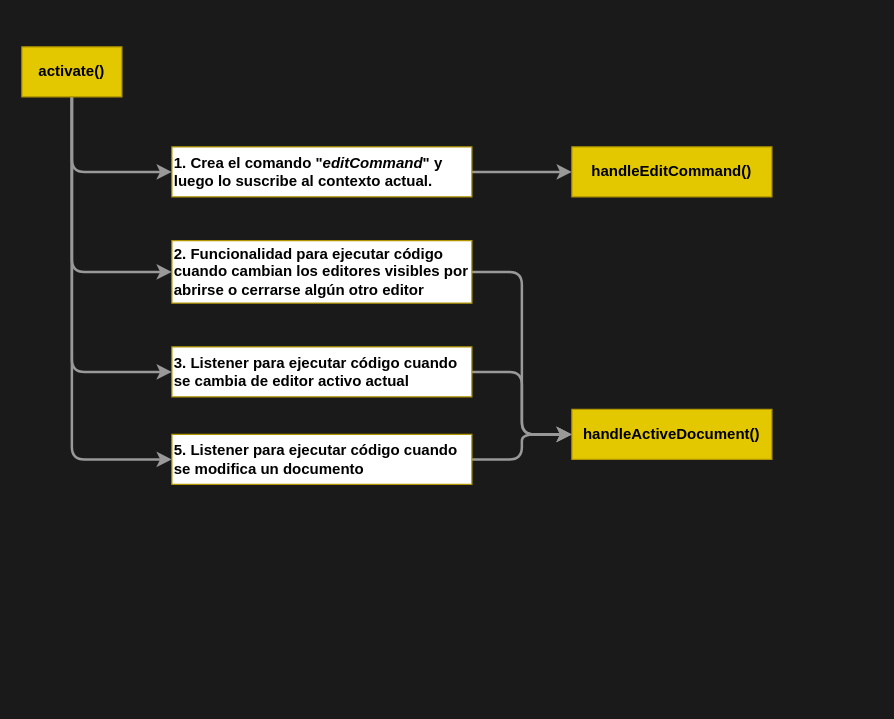
Before: page "activate()" (1 of 2) of logic.drawio in lordexe22/color-suit-comments, a draw.io diagram. Source tidied: cells renumbered, new cells numbered last; positions are measured from the earlier drawing's top-left corner, leaving out a move shared by most shapes. Both pictures are drawn from the tidied source at 125%, with x=0, y=0 at pixel (21, 46).
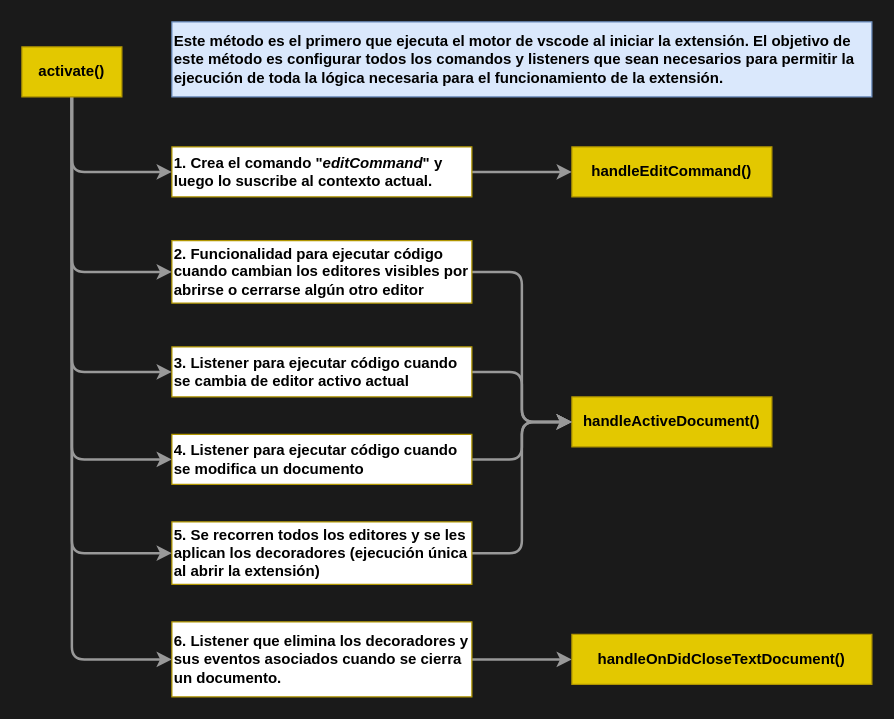
Above is the later version.

The change refers to these unchanged cells:
```xml
<mxCell id="6" value="&lt;b&gt;activate()&lt;/b&gt;" style="rounded=0;whiteSpace=wrap;html=1;fillColor=#e3c800;strokeColor=#B09500;fontColor=#000000;" parent="1" vertex="1">
  <mxGeometry width="80" height="40" as="geometry" />
</mxCell>
```

Change to the diagram source:
```diff
@@
+    <mxCell id="17" style="edgeStyle=elbowEdgeStyle;html=1;entryX=0;entryY=0.5;entryDx=0;entryDy=0;rounded=1;strokeColor=#999999;strokeWidth=2;align=center;verticalAlign=middle;fontFamily=Helvetica;fontSize=11;fontColor=default;labelBackgroundColor=default;endArrow=classic;" parent="1" edge="1" source="6" target="20">
+      <mxGeometry relative="1" as="geometry">
+        <Array as="points">
+          <mxPoint x="40" y="210" />
+        </Array>
+      </mxGeometry>
+    </mxCell>
+    <mxCell id="18" style="edgeStyle=elbowEdgeStyle;shape=connector;rounded=1;html=1;entryX=0;entryY=0.5;entryDx=0;entryDy=0;strokeColor=#999999;strokeWidth=2;align=center;verticalAlign=middle;fontFamily=Helvetica;fontSize=11;fontColor=default;labelBackgroundColor=default;endArrow=classic;" parent="1" edge="1" source="6" target="22">
+      <mxGeometry relative="1" as="geometry">
+        <Array as="points">
+          <mxPoint x="40" y="260" />
+        </Array>
+      </mxGeometry>
+    </mxCell>
@@
     <mxCell id="12" value="&lt;b&gt;handleActiveDocument()&lt;/b&gt;" style="rounded=0;whiteSpace=wrap;html=1;fillColor=#e3c800;strokeColor=#B09500;fontColor=#000000;" parent="1" vertex="1">
-      <mxGeometry x="440" y="290" width="160" height="40" as="geometry" />
+      <mxGeometry x="440" y="280" width="160" height="40" as="geometry" />
     </mxCell>
@@
-    <mxCell id="16" value="&lt;b&gt;5. Listener para ejecutar código cuando se modifica un documento&lt;/b&gt;" style="rounded=0;whiteSpace=wrap;html=1;fillColor=default;strokeColor=#B09500;fontColor=#000000;align=left;shadow=0;" parent="1" vertex="1">
+    <mxCell id="16" value="&lt;b&gt;4&lt;/b&gt;&lt;b style=&quot;background-color: transparent;&quot;&gt;. Listener para ejecutar código cuando se modifica un documento&lt;/b&gt;" style="rounded=0;whiteSpace=wrap;html=1;fillColor=default;strokeColor=#B09500;fontColor=#000000;align=left;shadow=0;" parent="1" vertex="1">
       <mxGeometry x="120" y="310" width="240" height="40" as="geometry" />
     </mxCell>
+    <mxCell id="19" style="edgeStyle=elbowEdgeStyle;html=1;entryX=0;entryY=0.5;entryDx=0;entryDy=0;rounded=1;strokeColor=#999999;strokeWidth=2;align=center;verticalAlign=middle;fontFamily=Helvetica;fontSize=11;fontColor=default;labelBackgroundColor=default;endArrow=classic;" parent="1" edge="1" source="20" target="12">
+      <mxGeometry relative="1" as="geometry" />
+    </mxCell>
+    <mxCell id="20" value="&lt;b&gt;5&lt;/b&gt;&lt;b style=&quot;background-color: transparent;&quot;&gt;. Se recorren todos los editores y se les aplican los decoradores (ejecución única al abrir la extensión)&lt;/b&gt;" style="rounded=0;whiteSpace=wrap;html=1;fillColor=default;strokeColor=#B09500;fontColor=#000000;align=left;shadow=0;" parent="1" vertex="1">
+      <mxGeometry x="120" y="380" width="240" height="50" as="geometry" />
+    </mxCell>
+    <mxCell id="21" style="edgeStyle=elbowEdgeStyle;shape=connector;rounded=1;html=1;strokeColor=#999999;strokeWidth=2;align=center;verticalAlign=middle;fontFamily=Helvetica;fontSize=11;fontColor=default;labelBackgroundColor=default;endArrow=classic;" parent="1" edge="1" source="22" target="23">
+      <mxGeometry relative="1" as="geometry" />
+    </mxCell>
+    <mxCell id="22" value="&lt;b&gt;6&lt;/b&gt;&lt;b style=&quot;background-color: transparent;&quot;&gt;. Listener que elimina los decoradores y sus eventos asociados cuando se cierra un documento.&lt;/b&gt;" style="rounded=0;whiteSpace=wrap;html=1;fillColor=default;strokeColor=#B09500;fontColor=#000000;align=left;shadow=0;" parent="1" vertex="1">
+      <mxGeometry x="120" y="460" width="240" height="60" as="geometry" />
+    </mxCell>
+    <mxCell id="23" value="&lt;b&gt;handleOnDidCloseTextDocument()&lt;/b&gt;" style="rounded=0;whiteSpace=wrap;html=1;fillColor=#e3c800;strokeColor=#B09500;fontColor=#000000;" parent="1" vertex="1">
+      <mxGeometry x="440" y="470" width="240" height="40" as="geometry" />
+    </mxCell>
+    <mxCell id="24" value="&lt;font style=&quot;font-size: 12px;&quot;&gt;&lt;b&gt;Este método es el primero que ejecuta el motor de vscode al iniciar la extensión. El objetivo de este método es configurar todos los comandos y listeners que sean necesarios para permitir la ejecución de toda la lógica necesaria para el funcionamiento de la extensión.&amp;nbsp;&lt;/b&gt;&lt;/font&gt;" style="rounded=0;whiteSpace=wrap;html=1;fontFamily=Helvetica;fontSize=11;labelBackgroundColor=none;fillColor=#dae8fc;strokeColor=#6c8ebf;align=left;" parent="1" vertex="1">
+      <mxGeometry x="120" y="-20" width="560" height="60" as="geometry" />
+    </mxCell>
```
